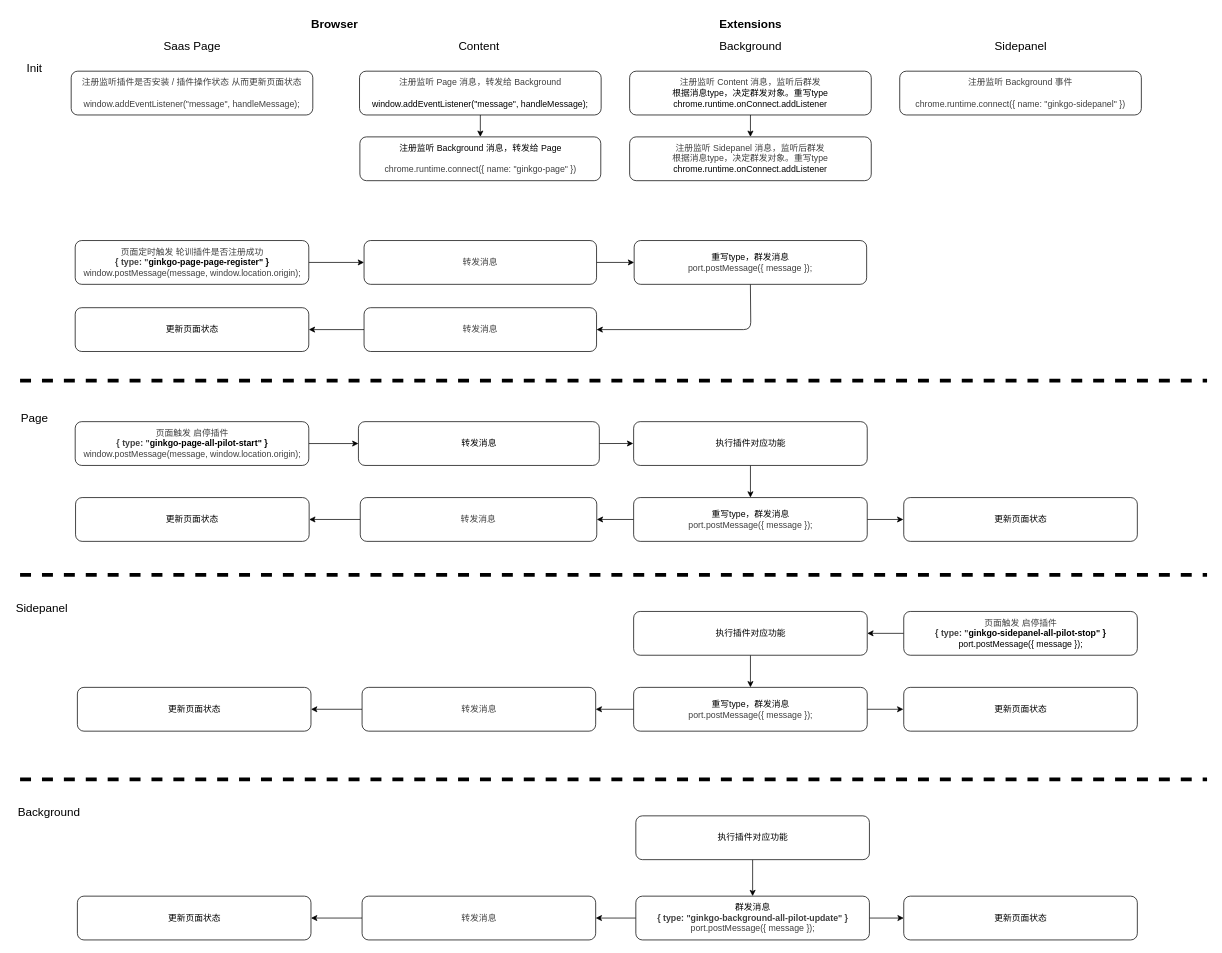
Above: resource/communication.drawio in ginkgoo-ai/fe-chrome-extensions (draw.io), before the change. Source tidied: cells renumbered, new cells numbered last; positions are measured from the earlier drawing's top-left corner, leaving out a move shared by most shapes. Both pictures are drawn from the tidied source at 73%, with x=0, y=0 at pixel (12, 12).
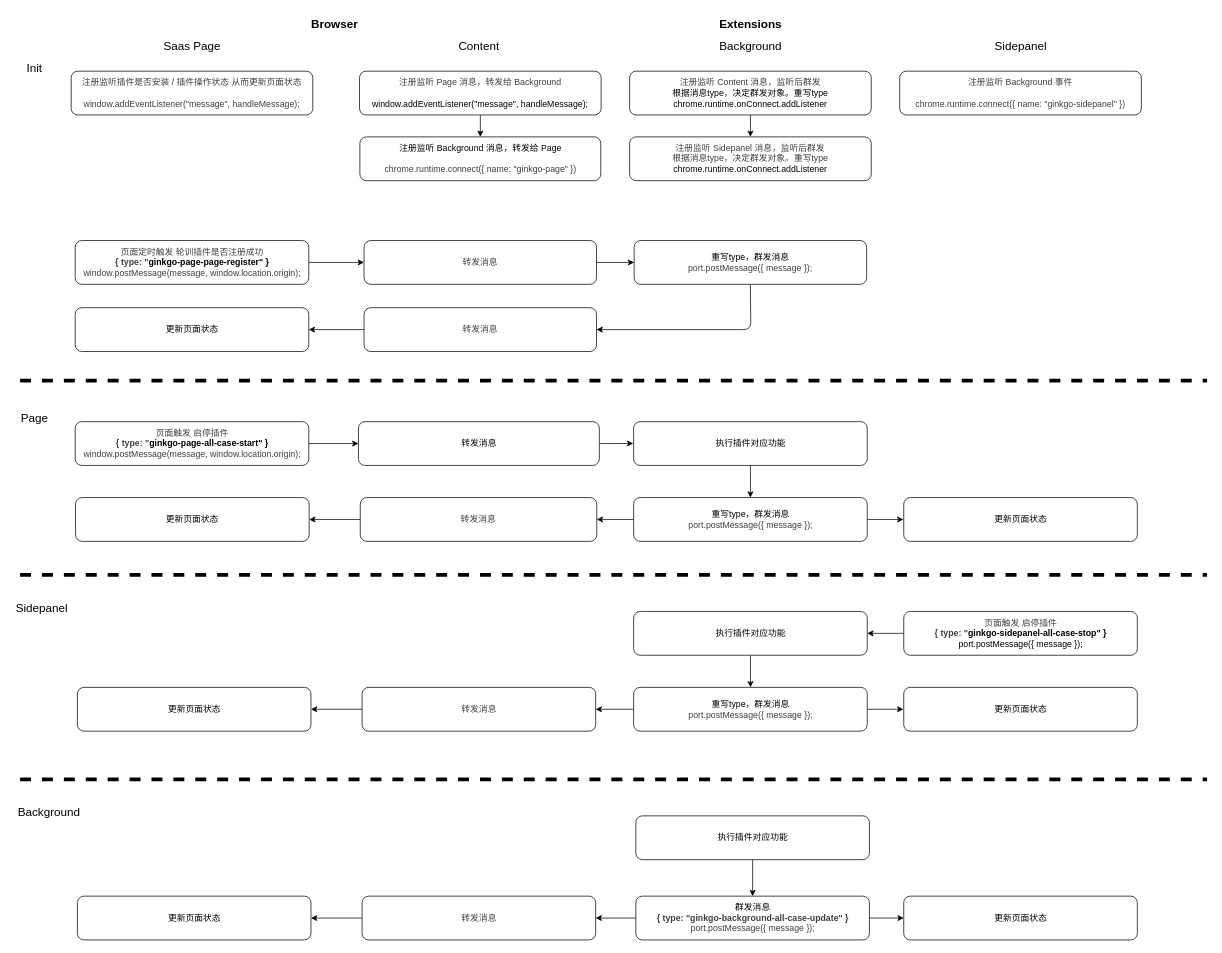
Above is the later version.

Commit message (it also covers changes not shown here):
feat(PilotManager): use caseId and add fill_data and add trace_id

Change to the diagram source:
```diff
@@
-    <mxCell id="8" value="&lt;div&gt;&lt;span style=&quot;color: rgb(63, 63, 63);&quot;&gt;&lt;font&gt;页面触发 启停插件&lt;/font&gt;&lt;/span&gt;&lt;/div&gt;&lt;div&gt;&lt;span style=&quot;color: rgb(63, 63, 63);&quot;&gt;&lt;font&gt;&lt;b&gt;{ type: &quot;&lt;/b&gt;&lt;/font&gt;&lt;/span&gt;&lt;span style=&quot;background-color: transparent;&quot;&gt;&lt;b&gt;ginkgo-page-all-pilot-start&quot; }&lt;/b&gt;&lt;/span&gt;&lt;/div&gt;&lt;span style=&quot;color: rgb(63, 63, 63);&quot;&gt;&lt;font&gt;window.postMessage(message, window.location.origin);&lt;/font&gt;&lt;/span&gt;" style="rounded=1;whiteSpace=wrap;html=1;" parent="1" vertex="1">
+    <mxCell id="8" value="&lt;div&gt;&lt;span style=&quot;color: rgb(63, 63, 63);&quot;&gt;&lt;font&gt;页面触发 启停插件&lt;/font&gt;&lt;/span&gt;&lt;/div&gt;&lt;div&gt;&lt;span style=&quot;color: rgb(63, 63, 63);&quot;&gt;&lt;font&gt;&lt;b&gt;{ type: &quot;&lt;/b&gt;&lt;/font&gt;&lt;/span&gt;&lt;span style=&quot;background-color: transparent;&quot;&gt;&lt;b&gt;ginkgo-page-all-case-start&quot; }&lt;/b&gt;&lt;/span&gt;&lt;/div&gt;&lt;span style=&quot;color: rgb(63, 63, 63);&quot;&gt;&lt;font&gt;window.postMessage(message, window.location.origin);&lt;/font&gt;&lt;/span&gt;" style="rounded=1;whiteSpace=wrap;html=1;" parent="1" vertex="1">
       <mxGeometry x="85.5" y="560.1" width="320" height="60" as="geometry" />
     </mxCell>
@@
-    <mxCell id="31" value="&lt;div&gt;群发消息&lt;/div&gt;&lt;div&gt;&lt;span style=&quot;color: rgb(63, 63, 63);&quot;&gt;&lt;b&gt;{ type: &quot;&lt;/b&gt;&lt;/span&gt;&lt;span style=&quot;color: rgb(63, 63, 63); background-color: transparent;&quot;&gt;&lt;b&gt;ginkgo-background-all-pilot-update&quot; }&lt;/b&gt;&lt;/span&gt;&lt;/div&gt;&lt;span style=&quot;color: rgb(63, 63, 63);&quot;&gt;port.postMessage({ message });&lt;/span&gt;" style="rounded=1;whiteSpace=wrap;html=1;" parent="1" vertex="1">
+    <mxCell id="31" value="&lt;div&gt;群发消息&lt;/div&gt;&lt;div&gt;&lt;span style=&quot;color: rgb(63, 63, 63);&quot;&gt;&lt;b&gt;{ type: &quot;&lt;/b&gt;&lt;/span&gt;&lt;span style=&quot;color: rgb(63, 63, 63); background-color: transparent;&quot;&gt;&lt;b&gt;ginkgo-background-all-case-update&quot; }&lt;/b&gt;&lt;/span&gt;&lt;/div&gt;&lt;span style=&quot;color: rgb(63, 63, 63);&quot;&gt;port.postMessage({ message });&lt;/span&gt;" style="rounded=1;whiteSpace=wrap;html=1;" parent="1" vertex="1">
       <mxGeometry x="853.5" y="1210.1" width="320" height="60" as="geometry" />
     </mxCell>
@@
-    <mxCell id="45" value="&lt;div&gt;&lt;span style=&quot;color: rgb(63, 63, 63);&quot;&gt;页面触发 启停插件&lt;/span&gt;&lt;/div&gt;&lt;div&gt;&lt;div&gt;&lt;span style=&quot;color: rgb(63, 63, 63);&quot;&gt;&lt;b&gt;{ type: &quot;&lt;/b&gt;&lt;/span&gt;&lt;span style=&quot;background-color: transparent;&quot;&gt;&lt;b&gt;ginkgo-sidepanel-all-pilot-stop&quot; }&lt;/b&gt;&lt;/span&gt;&lt;/div&gt;&lt;span style=&quot;color: rgb(63, 63, 63);&quot;&gt;&lt;/span&gt;&lt;div&gt;&lt;span style=&quot;background-color: transparent;&quot;&gt;port.postMessage({ message });&lt;/span&gt;&lt;/div&gt;&lt;/div&gt;" style="rounded=1;whiteSpace=wrap;html=1;" parent="1" vertex="1">
+    <mxCell id="45" value="&lt;div&gt;&lt;span style=&quot;color: rgb(63, 63, 63);&quot;&gt;页面触发 启停插件&lt;/span&gt;&lt;/div&gt;&lt;div&gt;&lt;div&gt;&lt;span style=&quot;color: rgb(63, 63, 63);&quot;&gt;&lt;b&gt;{ type: &quot;&lt;/b&gt;&lt;/span&gt;&lt;span style=&quot;background-color: transparent;&quot;&gt;&lt;b&gt;ginkgo-sidepanel-all-case-stop&quot; }&lt;/b&gt;&lt;/span&gt;&lt;/div&gt;&lt;span style=&quot;color: rgb(63, 63, 63);&quot;&gt;&lt;/span&gt;&lt;div&gt;&lt;span style=&quot;background-color: transparent;&quot;&gt;port.postMessage({ message });&lt;/span&gt;&lt;/div&gt;&lt;/div&gt;" style="rounded=1;whiteSpace=wrap;html=1;" parent="1" vertex="1">
       <mxGeometry x="1220.5" y="820.1" width="320" height="60" as="geometry" />
     </mxCell>
```
